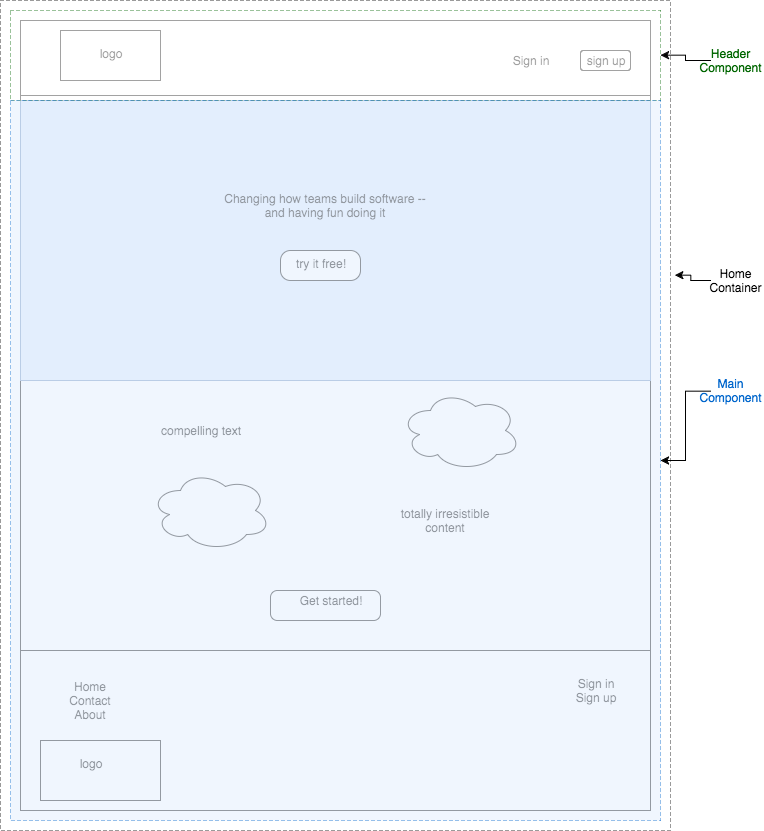
Above: docs/wireframes/logged_out_home.png in sofbot/trackster (draw.io), before the change. Source tidied: cells renumbered, new cells last; positions are measured from the earlier drawing's top-left corner, leaving out a move shared by most shapes.
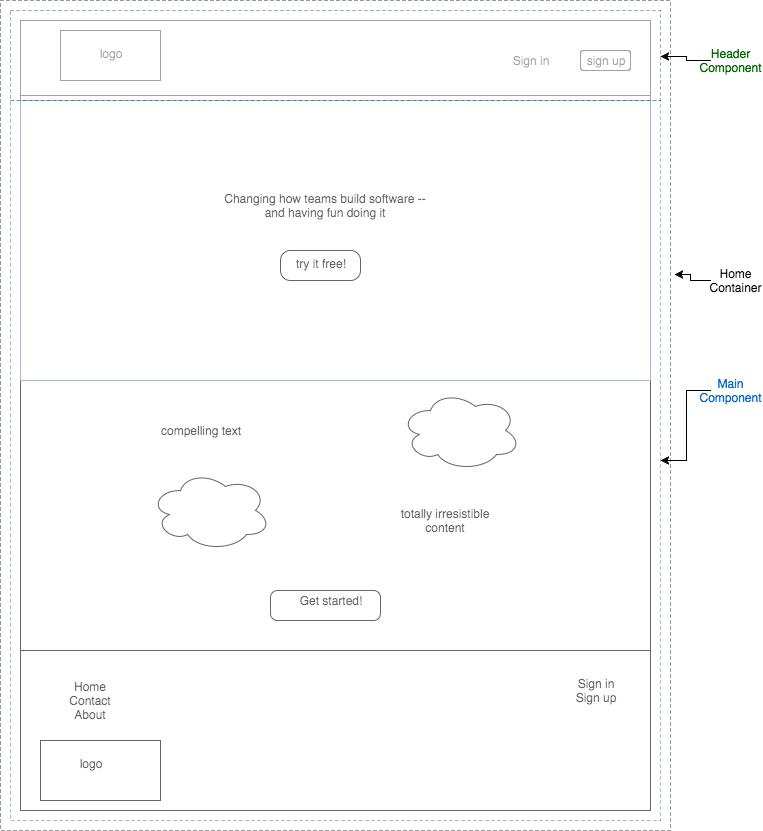
After the change.

The edit, as a diff of the source:
```diff
@@ -29,7 +29,7 @@
     <mxCell id="10" value="sign up" style="text;html=1;strokeColor=none;fillColor=none;align=center;verticalAlign=middle;whiteSpace=wrap;" parent="1" vertex="1">
       <mxGeometry x="580" y="50" width="50" height="20" as="geometry" />
     </mxCell>
-    <mxCell id="11" style="whiteSpace=wrap;html=1;fillColor=#dae8fc;strokeColor=#6c8ebf;" parent="1" vertex="1">
+    <mxCell id="11" style="whiteSpace=wrap;html=1;fillColor=none;strokeColor=#6c8ebf;" parent="1" vertex="1">
       <mxGeometry x="20" y="100" width="630" height="280" as="geometry" />
     </mxCell>
     <mxCell id="12" style="rounded=1;whiteSpace=wrap;html=1;arcSize=33;" parent="1" vertex="1">
@@ -86,7 +86,7 @@
     <mxCell id="29" value="Header Component" style="text;html=1;strokeColor=none;fillColor=none;align=center;verticalAlign=middle;whiteSpace=wrap;dashed=1;fontColor=#006600;" parent="1" vertex="1">
       <mxGeometry x="710" y="50" width="40" height="20" as="geometry" />
     </mxCell>
-    <mxCell id="30" style="whiteSpace=wrap;html=1;dashed=1;strokeColor=#0066CC;fontColor=#006600;opacity=40;fillColor=#dae8fc;" parent="1" vertex="1">
+    <mxCell id="30" style="whiteSpace=wrap;html=1;dashed=1;strokeColor=#0066CC;fontColor=#006600;opacity=40;fillColor=none;" parent="1" vertex="1">
       <mxGeometry x="10" y="100" width="650" height="720" as="geometry" />
     </mxCell>
     <mxCell id="31" style="edgeStyle=orthogonalEdgeStyle;rounded=0;html=1;jettySize=auto;fontColor=#0066CC;" parent="1" edge="1" source="32" target="30">
```
